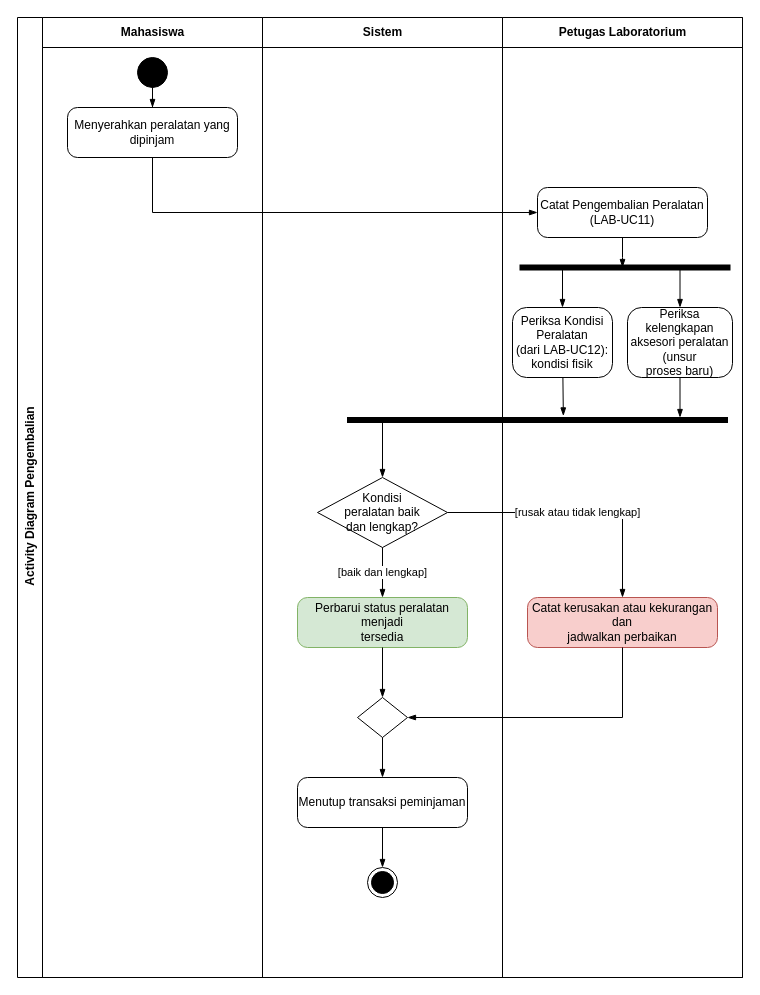
Above: 04_model_analisis/P06/LAB/P06_2406098_LAB_activity_pengembalian_v01.drawio in Annzza/IFRWP5149_2406098_LabAlat (draw.io), before the change. Source tidied: cells renumbered, new cells numbered last; positions are measured from the earlier drawing's top-left corner, leaving out a move shared by most shapes. Both pictures are drawn from the tidied source at 100%, with x=0, y=0 at pixel (17, 17).
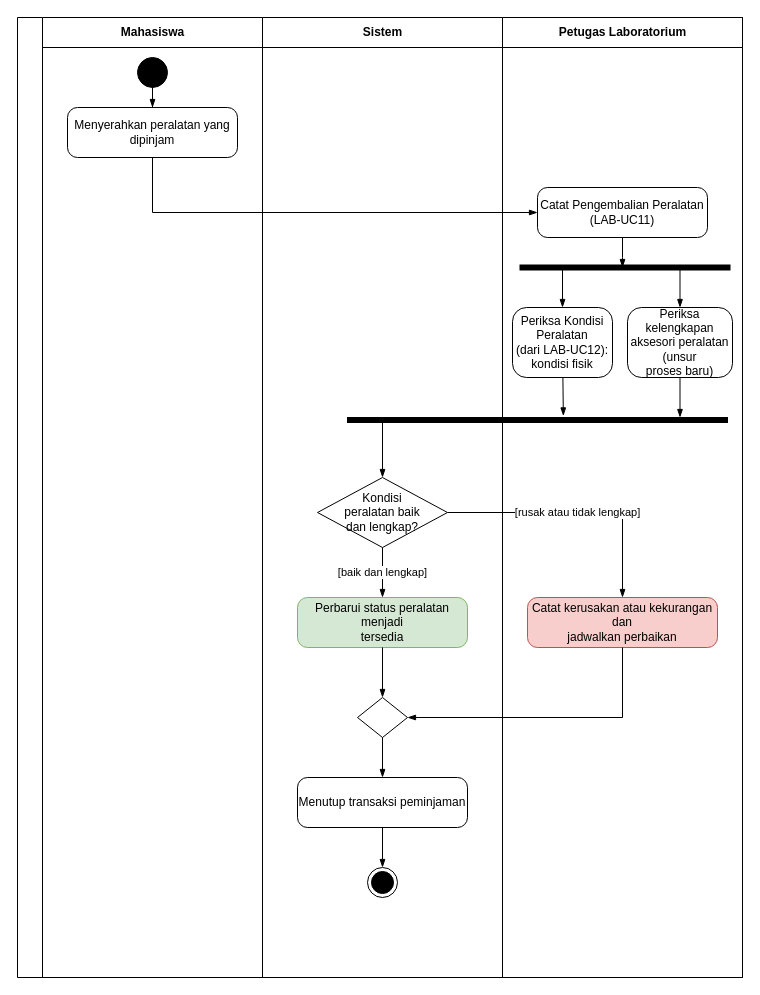
The same diagram, later.

Change to the diagram source:
```diff
@@
-    <mxCell id="2" value="Activity Diagram Pengembalian" style="swimlane;html=1;startSize=25;horizontal=0;horizontalFlip=1;" parent="1" vertex="1">
+    <mxCell id="2" style="swimlane;html=1;startSize=25;horizontal=0;horizontalFlip=1;" parent="1" vertex="1">
       <mxGeometry width="725" height="960" as="geometry" />
     </mxCell>
```
